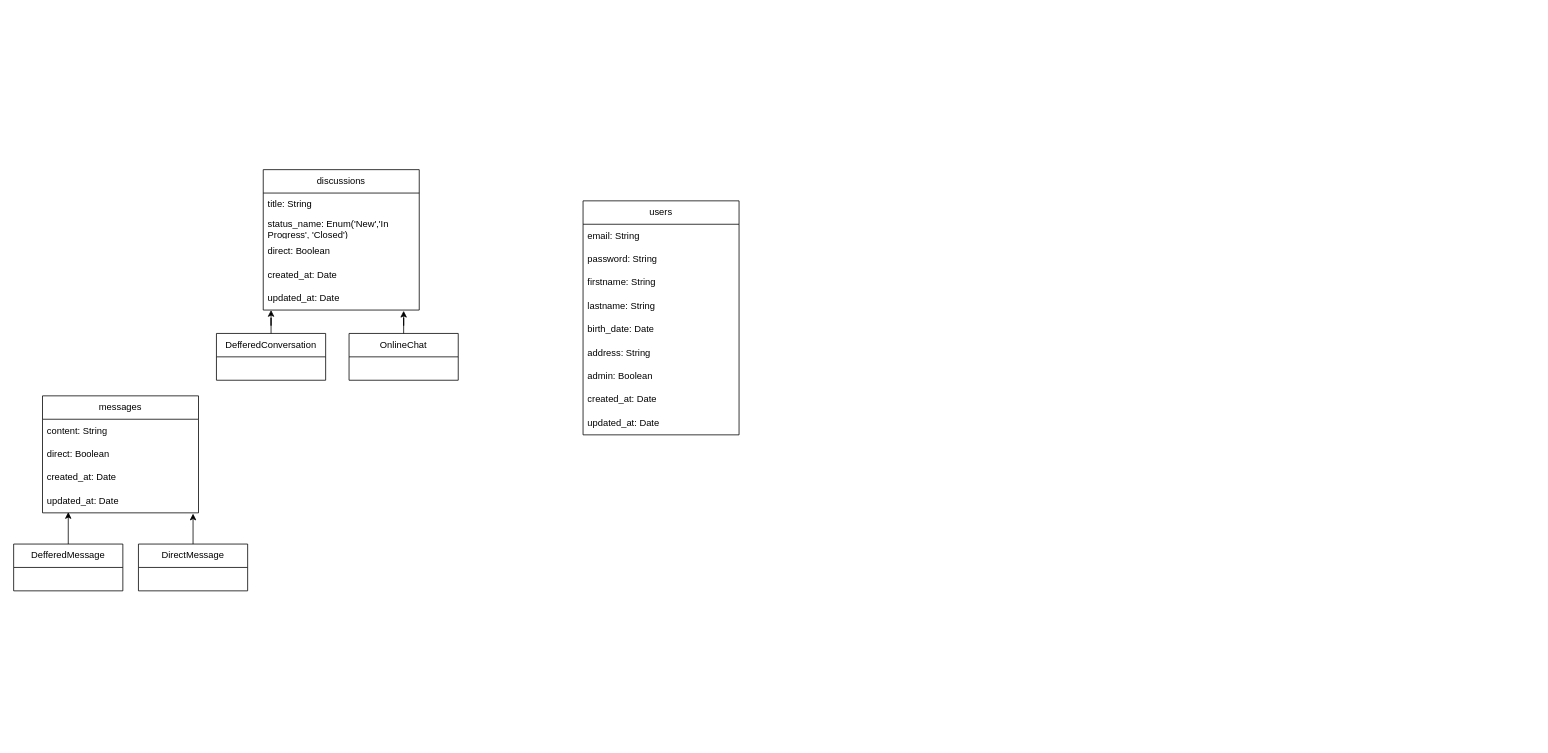
TBERT31/P13-YourCarYourWay_MessageApp_JavaAngular keeps this draw.io diagram as MCD_Monolith_Global.drawio. Above is the earlier version. Source tidied: cells renumbered, new cells numbered last; positions are measured from the earlier drawing's top-left corner, leaving out a move shared by most shapes. Both pictures are drawn from the tidied source at 78%, with x=0, y=0 at pixel (13, 169).
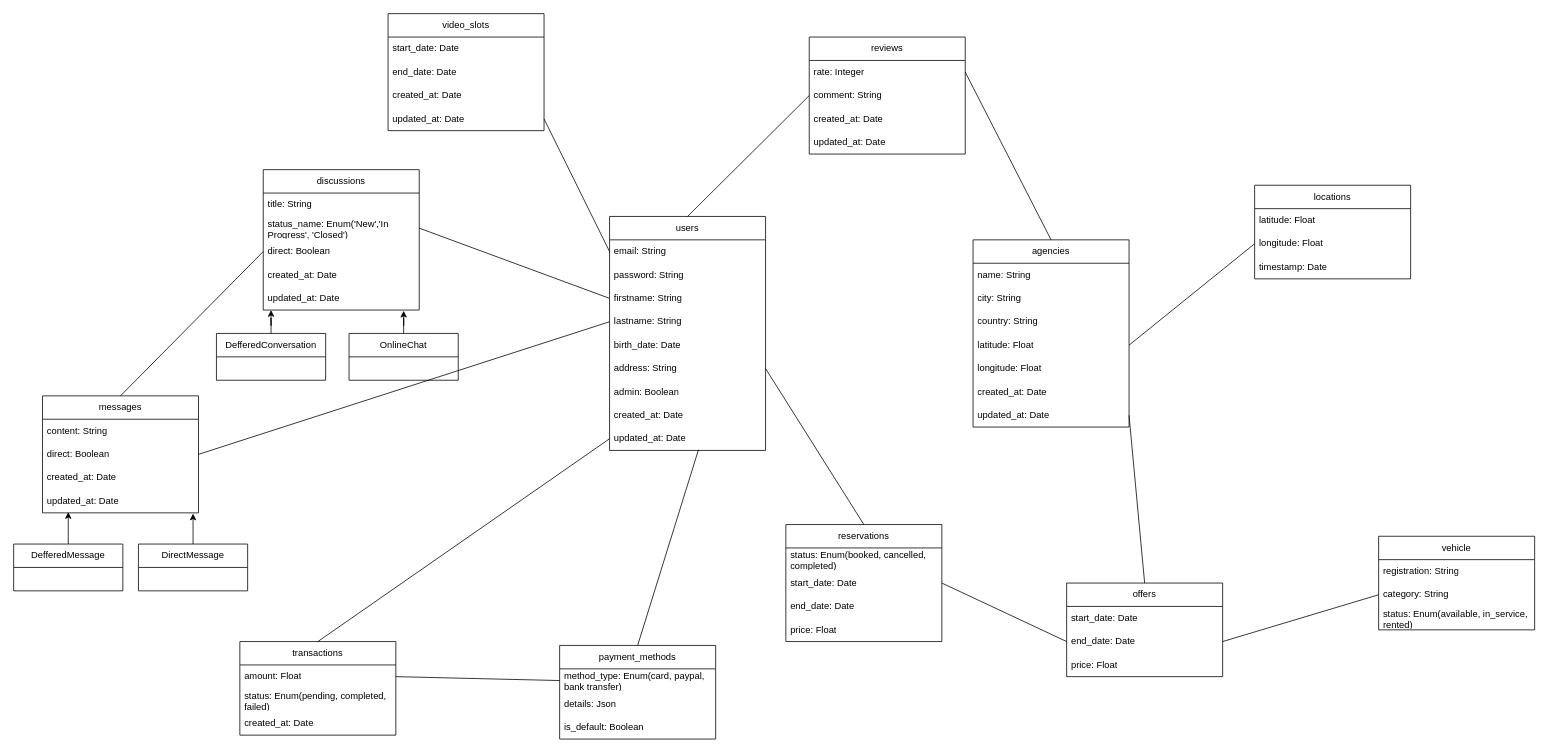
The same page after the edit.

Commit message (it also covers changes not shown here):
Mettre à jour MCD_Monolith_Global.drawio

The change refers to these unchanged cells:
```xml
<mxCell id="3" value="email: String" style="text;strokeColor=none;fillColor=none;align=left;verticalAlign=middle;spacingLeft=4;spacingRight=4;overflow=hidden;points=[[0,0.5],[1,0.5]];portConstraint=eastwest;whiteSpace=wrap;html=1;" parent="2" vertex="1">
  <mxGeometry y="30" width="200" height="30" as="geometry" />
</mxCell>
<mxCell id="5" value="firstname: String" style="text;strokeColor=none;fillColor=none;align=left;verticalAlign=middle;spacingLeft=4;spacingRight=4;overflow=hidden;points=[[0,0.5],[1,0.5]];portConstraint=eastwest;whiteSpace=wrap;html=1;" parent="2" vertex="1">
  <mxGeometry y="90" width="200" height="30" as="geometry" />
</mxCell>
<mxCell id="6" value="lastname: String" style="text;strokeColor=none;fillColor=none;align=left;verticalAlign=middle;spacingLeft=4;spacingRight=4;overflow=hidden;points=[[0,0.5],[1,0.5]];portConstraint=eastwest;whiteSpace=wrap;html=1;" parent="2" vertex="1">
  <mxGeometry y="120" width="200" height="30" as="geometry" />
</mxCell>
<mxCell id="8" value="address: String" style="text;strokeColor=none;fillColor=none;align=left;verticalAlign=middle;spacingLeft=4;spacingRight=4;overflow=hidden;points=[[0,0.5],[1,0.5]];portConstraint=eastwest;whiteSpace=wrap;html=1;" parent="2" vertex="1">
  <mxGeometry y="180" width="200" height="30" as="geometry" />
</mxCell>
<mxCell id="11" value="updated_at: Date" style="text;strokeColor=none;fillColor=none;align=left;verticalAlign=middle;spacingLeft=4;spacingRight=4;overflow=hidden;points=[[0,0.5],[1,0.5]];portConstraint=eastwest;whiteSpace=wrap;html=1;" parent="2" vertex="1">
  <mxGeometry y="270" width="200" height="30" as="geometry" />
</mxCell>
<mxCell id="14" value="status_name: Enum('New','In Progress', 'Closed')" style="text;strokeColor=none;fillColor=none;align=left;verticalAlign=middle;spacingLeft=4;spacingRight=4;overflow=hidden;points=[[0,0.5],[1,0.5]];portConstraint=eastwest;whiteSpace=wrap;html=1;" parent="12" vertex="1">
  <mxGeometry y="60" width="200" height="30" as="geometry" />
</mxCell>
<mxCell id="15" value="direct: Boolean" style="text;strokeColor=none;fillColor=none;align=left;verticalAlign=middle;spacingLeft=4;spacingRight=4;overflow=hidden;points=[[0,0.5],[1,0.5]];portConstraint=eastwest;whiteSpace=wrap;html=1;" parent="12" vertex="1">
  <mxGeometry y="90" width="200" height="30" as="geometry" />
</mxCell>
<mxCell id="18" value="messages" style="swimlane;fontStyle=0;horizontal=1;startSize=30;whiteSpace=wrap;html=1;direction=east;" parent="1" vertex="1">
  <mxGeometry x="37" y="290" width="200" height="150" as="geometry" />
</mxCell>
<mxCell id="20" value="direct: Boolean" style="text;strokeColor=none;fillColor=none;align=left;verticalAlign=middle;spacingLeft=4;spacingRight=4;overflow=hidden;points=[[0,0.5],[1,0.5]];portConstraint=eastwest;whiteSpace=wrap;html=1;" parent="18" vertex="1">
  <mxGeometry y="60" width="200" height="30" as="geometry" />
</mxCell>
```

The edit, as a diff of the source:
```diff
@@
     <mxCell id="2" value="users" style="swimlane;fontStyle=0;horizontal=1;startSize=30;whiteSpace=wrap;html=1;direction=east;" parent="1" vertex="1">
-      <mxGeometry x="730" y="40" width="200" height="300" as="geometry" />
+      <mxGeometry x="764" y="60" width="200" height="300" as="geometry" />
     </mxCell>
@@
+    <mxCell id="31" value="video_slots" style="swimlane;fontStyle=0;horizontal=1;startSize=30;whiteSpace=wrap;html=1;direction=east;" parent="1" vertex="1">
+      <mxGeometry x="480" y="-200" width="200" height="150" as="geometry" />
+    </mxCell>
+    <mxCell id="32" value="start_date: Date" style="text;strokeColor=none;fillColor=none;align=left;verticalAlign=middle;spacingLeft=4;spacingRight=4;overflow=hidden;whiteSpace=wrap;html=1;" parent="31" vertex="1">
+      <mxGeometry y="30" width="200" height="30" as="geometry" />
+    </mxCell>
+    <mxCell id="33" value="end_date: Date" style="text;strokeColor=none;fillColor=none;align=left;verticalAlign=middle;spacingLeft=4;spacingRight=4;overflow=hidden;whiteSpace=wrap;html=1;" parent="31" vertex="1">
+      <mxGeometry y="60" width="200" height="30" as="geometry" />
+    </mxCell>
+    <mxCell id="34" value="created_at: Date" style="text;strokeColor=none;fillColor=none;align=left;verticalAlign=middle;spacingLeft=4;spacingRight=4;overflow=hidden;whiteSpace=wrap;html=1;" parent="31" vertex="1">
+      <mxGeometry y="90" width="200" height="30" as="geometry" />
+    </mxCell>
+    <mxCell id="35" value="updated_at: Date" style="text;strokeColor=none;fillColor=none;align=left;verticalAlign=middle;spacingLeft=4;spacingRight=4;overflow=hidden;points=[[0,0.5],[1,0.5]];portConstraint=eastwest;whiteSpace=wrap;html=1;" parent="31" vertex="1">
+      <mxGeometry y="120" width="200" height="30" as="geometry" />
+    </mxCell>
+    <mxCell id="36" style="endArrow=none;html=1;rounded=0;entryX=0;entryY=0.5;entryDx=0;entryDy=0;exitX=1;exitY=0.5;exitDx=0;exitDy=0;" parent="1" edge="1" source="20" target="6">
+      <mxGeometry relative="1" as="geometry" />
+    </mxCell>
+    <mxCell id="37" style="endArrow=none;html=1;rounded=0;entryX=0;entryY=0.5;entryDx=0;entryDy=0;exitX=0.5;exitY=0;exitDx=0;exitDy=0;" parent="1" edge="1" source="18" target="15">
+      <mxGeometry relative="1" as="geometry" />
+    </mxCell>
+    <mxCell id="38" style="endArrow=none;html=1;rounded=0;entryX=0;entryY=0.5;entryDx=0;entryDy=0;exitX=1;exitY=0.5;exitDx=0;exitDy=0;" parent="1" edge="1" source="35" target="3">
+      <mxGeometry relative="1" as="geometry" />
+    </mxCell>
+    <mxCell id="39" value="reviews" style="swimlane;fontStyle=0;horizontal=1;startSize=30;whiteSpace=wrap;html=1;direction=east;" parent="1" vertex="1">
+      <mxGeometry x="1020" y="-170" width="200" height="150" as="geometry" />
+    </mxCell>
+    <mxCell id="40" value="rate: Integer" style="text;strokeColor=none;fillColor=none;align=left;verticalAlign=middle;spacingLeft=4;spacingRight=4;overflow=hidden;points=[[0,0.5],[1,0.5]];portConstraint=eastwest;whiteSpace=wrap;html=1;" parent="39" vertex="1">
+      <mxGeometry y="30" width="200" height="30" as="geometry" />
+    </mxCell>
+    <mxCell id="41" value="comment: String" style="text;strokeColor=none;fillColor=none;align=left;verticalAlign=middle;spacingLeft=4;spacingRight=4;overflow=hidden;points=[[0,0.5],[1,0.5]];portConstraint=eastwest;whiteSpace=wrap;html=1;" parent="39" vertex="1">
+      <mxGeometry y="60" width="200" height="30" as="geometry" />
+    </mxCell>
+    <mxCell id="42" value="created_at: Date" style="text;strokeColor=none;fillColor=none;align=left;verticalAlign=middle;spacingLeft=4;spacingRight=4;overflow=hidden;whiteSpace=wrap;html=1;" parent="39" vertex="1">
+      <mxGeometry y="90" width="200" height="30" as="geometry" />
+    </mxCell>
+    <mxCell id="43" value="updated_at: Date" style="text;strokeColor=none;fillColor=none;align=left;verticalAlign=middle;spacingLeft=4;spacingRight=4;overflow=hidden;whiteSpace=wrap;html=1;" parent="39" vertex="1">
+      <mxGeometry y="120" width="200" height="30" as="geometry" />
+    </mxCell>
+    <mxCell id="44" style="endArrow=none;html=1;rounded=0;entryX=0.5;entryY=0;entryDx=0;entryDy=0;exitX=0;exitY=0.5;exitDx=0;exitDy=0;" parent="1" edge="1" source="41" target="2">
+      <mxGeometry relative="1" as="geometry" />
+    </mxCell>
+    <mxCell id="45" value="agencies" style="swimlane;fontStyle=0;horizontal=1;startSize=30;whiteSpace=wrap;html=1;direction=east;" parent="1" vertex="1">
+      <mxGeometry x="1230" y="90" width="200" height="240" as="geometry" />
+    </mxCell>
+    <mxCell id="46" value="name: String" style="text;strokeColor=none;fillColor=none;align=left;verticalAlign=middle;spacingLeft=4;spacingRight=4;overflow=hidden;whiteSpace=wrap;html=1;" parent="45" vertex="1">
+      <mxGeometry y="30" width="200" height="30" as="geometry" />
+    </mxCell>
+    <mxCell id="47" value="city: String" style="text;strokeColor=none;fillColor=none;align=left;verticalAlign=middle;spacingLeft=4;spacingRight=4;overflow=hidden;whiteSpace=wrap;html=1;" parent="45" vertex="1">
+      <mxGeometry y="60" width="200" height="30" as="geometry" />
+    </mxCell>
+    <mxCell id="48" value="country: String" style="text;strokeColor=none;fillColor=none;align=left;verticalAlign=middle;spacingLeft=4;spacingRight=4;overflow=hidden;whiteSpace=wrap;html=1;" parent="45" vertex="1">
+      <mxGeometry y="90" width="200" height="30" as="geometry" />
+    </mxCell>
+    <mxCell id="49" value="latitude: Float" style="text;strokeColor=none;fillColor=none;align=left;verticalAlign=middle;spacingLeft=4;spacingRight=4;overflow=hidden;points=[[0,0.5],[1,0.5]];portConstraint=eastwest;whiteSpace=wrap;html=1;" parent="45" vertex="1">
+      <mxGeometry y="120" width="200" height="30" as="geometry" />
+    </mxCell>
+    <mxCell id="50" value="longitude: Float" style="text;strokeColor=none;fillColor=none;align=left;verticalAlign=middle;spacingLeft=4;spacingRight=4;overflow=hidden;whiteSpace=wrap;html=1;" parent="45" vertex="1">
+      <mxGeometry y="150" width="200" height="30" as="geometry" />
+    </mxCell>
+    <mxCell id="51" value="created_at: Date" style="text;strokeColor=none;fillColor=none;align=left;verticalAlign=middle;spacingLeft=4;spacingRight=4;overflow=hidden;whiteSpace=wrap;html=1;" parent="45" vertex="1">
+      <mxGeometry y="180" width="200" height="30" as="geometry" />
+    </mxCell>
+    <mxCell id="52" value="updated_at: Date" style="text;strokeColor=none;fillColor=none;align=left;verticalAlign=middle;spacingLeft=4;spacingRight=4;overflow=hidden;points=[[0,0.5],[1,0.5]];portConstraint=eastwest;whiteSpace=wrap;html=1;" parent="45" vertex="1">
+      <mxGeometry y="210" width="200" height="30" as="geometry" />
+    </mxCell>
+    <mxCell id="53" style="endArrow=none;html=1;rounded=0;entryX=1;entryY=0.5;entryDx=0;entryDy=0;exitX=0.5;exitY=0;exitDx=0;exitDy=0;" parent="1" edge="1" source="45" target="40">
+      <mxGeometry relative="1" as="geometry" />
+    </mxCell>
+    <mxCell id="54" value="locations" style="swimlane;fontStyle=0;horizontal=1;startSize=30;whiteSpace=wrap;html=1;direction=east;" parent="1" vertex="1">
+      <mxGeometry x="1591" y="20" width="200" height="120" as="geometry" />
+    </mxCell>
+    <mxCell id="55" value="latitude: Float" style="text;strokeColor=none;fillColor=none;align=left;verticalAlign=middle;spacingLeft=4;spacingRight=4;overflow=hidden;whiteSpace=wrap;html=1;" parent="54" vertex="1">
+      <mxGeometry y="30" width="200" height="30" as="geometry" />
+    </mxCell>
+    <mxCell id="56" value="longitude: Float" style="text;strokeColor=none;fillColor=none;align=left;verticalAlign=middle;spacingLeft=4;spacingRight=4;overflow=hidden;points=[[0,0.5],[1,0.5]];portConstraint=eastwest;whiteSpace=wrap;html=1;" parent="54" vertex="1">
+      <mxGeometry y="60" width="200" height="30" as="geometry" />
+    </mxCell>
+    <mxCell id="57" value="timestamp: Date" style="text;strokeColor=none;fillColor=none;align=left;verticalAlign=middle;spacingLeft=4;spacingRight=4;overflow=hidden;whiteSpace=wrap;html=1;" parent="54" vertex="1">
+      <mxGeometry y="90" width="200" height="30" as="geometry" />
+    </mxCell>
+    <mxCell id="58" value="vehicle" style="swimlane;fontStyle=0;horizontal=1;startSize=30;whiteSpace=wrap;html=1;direction=east;" parent="1" vertex="1">
+      <mxGeometry x="1750" y="470" width="200" height="120" as="geometry" />
+    </mxCell>
+    <mxCell id="59" value="registration: String" style="text;strokeColor=none;fillColor=none;align=left;verticalAlign=middle;spacingLeft=4;spacingRight=4;overflow=hidden;whiteSpace=wrap;html=1;" parent="58" vertex="1">
+      <mxGeometry y="30" width="200" height="30" as="geometry" />
+    </mxCell>
+    <mxCell id="60" value="category: String" style="text;strokeColor=none;fillColor=none;align=left;verticalAlign=middle;spacingLeft=4;spacingRight=4;overflow=hidden;points=[[0,0.5],[1,0.5]];portConstraint=eastwest;whiteSpace=wrap;html=1;" parent="58" vertex="1">
+      <mxGeometry y="60" width="200" height="30" as="geometry" />
+    </mxCell>
+    <mxCell id="61" value="status: Enum(available, in_service, rented)" style="text;strokeColor=none;fillColor=none;align=left;verticalAlign=middle;spacingLeft=4;spacingRight=4;overflow=hidden;whiteSpace=wrap;html=1;" parent="58" vertex="1">
+      <mxGeometry y="90" width="200" height="30" as="geometry" />
+    </mxCell>
+    <mxCell id="62" value="reservations" style="swimlane;fontStyle=0;horizontal=1;startSize=30;whiteSpace=wrap;html=1;direction=east;" parent="1" vertex="1">
+      <mxGeometry x="990" y="455" width="200" height="150" as="geometry" />
+    </mxCell>
+    <mxCell id="63" value="status: Enum(booked, cancelled, completed)" style="text;strokeColor=none;fillColor=none;align=left;verticalAlign=middle;spacingLeft=4;spacingRight=4;overflow=hidden;whiteSpace=wrap;html=1;" parent="62" vertex="1">
+      <mxGeometry y="30" width="200" height="30" as="geometry" />
+    </mxCell>
+    <mxCell id="64" value="start_date: Date" style="text;strokeColor=none;fillColor=none;align=left;verticalAlign=middle;spacingLeft=4;spacingRight=4;overflow=hidden;points=[[0,0.5],[1,0.5]];portConstraint=eastwest;whiteSpace=wrap;html=1;" parent="62" vertex="1">
+      <mxGeometry y="60" width="200" height="30" as="geometry" />
+    </mxCell>
+    <mxCell id="65" value="end_date: Date" style="text;strokeColor=none;fillColor=none;align=left;verticalAlign=middle;spacingLeft=4;spacingRight=4;overflow=hidden;whiteSpace=wrap;html=1;" parent="62" vertex="1">
+      <mxGeometry y="90" width="200" height="30" as="geometry" />
+    </mxCell>
+    <mxCell id="66" value="price: Float" style="text;strokeColor=none;fillColor=none;align=left;verticalAlign=middle;spacingLeft=4;spacingRight=4;overflow=hidden;whiteSpace=wrap;html=1;" parent="62" vertex="1">
+      <mxGeometry y="120" width="200" height="30" as="geometry" />
+    </mxCell>
+    <mxCell id="67" value="offers" style="swimlane;fontStyle=0;horizontal=1;startSize=30;whiteSpace=wrap;html=1;direction=east;" parent="1" vertex="1">
+      <mxGeometry x="1350" y="530" width="200" height="120" as="geometry" />
+    </mxCell>
+    <mxCell id="68" value="start_date: Date" style="text;strokeColor=none;fillColor=none;align=left;verticalAlign=middle;spacingLeft=4;spacingRight=4;overflow=hidden;whiteSpace=wrap;html=1;" parent="67" vertex="1">
+      <mxGeometry y="30" width="200" height="30" as="geometry" />
+    </mxCell>
+    <mxCell id="69" value="end_date: Date" style="text;strokeColor=none;fillColor=none;align=left;verticalAlign=middle;spacingLeft=4;spacingRight=4;overflow=hidden;points=[[0,0.5],[1,0.5]];portConstraint=eastwest;whiteSpace=wrap;html=1;" parent="67" vertex="1">
+      <mxGeometry y="60" width="200" height="30" as="geometry" />
+    </mxCell>
+    <mxCell id="70" value="price: Float" style="text;strokeColor=none;fillColor=none;align=left;verticalAlign=middle;spacingLeft=4;spacingRight=4;overflow=hidden;whiteSpace=wrap;html=1;" parent="67" vertex="1">
+      <mxGeometry y="90" width="200" height="30" as="geometry" />
+    </mxCell>
+    <mxCell id="71" style="endArrow=none;html=1;rounded=0;entryX=1;entryY=0.5;entryDx=0;entryDy=0;exitX=0.5;exitY=0;exitDx=0;exitDy=0;" parent="1" edge="1" source="62" target="8">
+      <mxGeometry relative="1" as="geometry" />
+    </mxCell>
+    <mxCell id="72" style="endArrow=none;html=1;rounded=0;entryX=1;entryY=0.5;entryDx=0;entryDy=0;exitX=0;exitY=0.5;exitDx=0;exitDy=0;" parent="1" edge="1" source="69" target="64">
+      <mxGeometry relative="1" as="geometry" />
+    </mxCell>
+    <mxCell id="73" style="endArrow=none;html=1;rounded=0;entryX=1;entryY=0.5;entryDx=0;entryDy=0;exitX=0;exitY=0.5;exitDx=0;exitDy=0;" parent="1" edge="1" source="60" target="69">
+      <mxGeometry relative="1" as="geometry" />
+    </mxCell>
+    <mxCell id="74" style="endArrow=none;html=1;rounded=0;entryX=0.5;entryY=0;entryDx=0;entryDy=0;exitX=1;exitY=0.5;exitDx=0;exitDy=0;" parent="1" edge="1" source="52" target="67">
+      <mxGeometry relative="1" as="geometry" />
+    </mxCell>
+    <mxCell id="75" style="endArrow=none;html=1;rounded=0;entryX=0;entryY=0.5;entryDx=0;entryDy=0;exitX=1;exitY=0.5;exitDx=0;exitDy=0;" parent="1" edge="1" source="49" target="56">
+      <mxGeometry relative="1" as="geometry" />
+    </mxCell>
+    <mxCell id="76" value="transactions" style="swimlane;fontStyle=0;horizontal=1;startSize=30;whiteSpace=wrap;html=1;direction=east;" parent="1" vertex="1">
+      <mxGeometry x="290" y="605" width="200" height="120" as="geometry" />
+    </mxCell>
+    <mxCell id="77" value="amount: Float" style="text;strokeColor=none;fillColor=none;align=left;verticalAlign=middle;spacingLeft=4;spacingRight=4;overflow=hidden;points=[[0,0.5],[1,0.5]];portConstraint=eastwest;whiteSpace=wrap;html=1;" parent="76" vertex="1">
+      <mxGeometry y="30" width="200" height="30" as="geometry" />
+    </mxCell>
+    <mxCell id="78" value="status: Enum(pending, completed, failed)" style="text;strokeColor=none;fillColor=none;align=left;verticalAlign=middle;spacingLeft=4;spacingRight=4;overflow=hidden;whiteSpace=wrap;html=1;" parent="76" vertex="1">
+      <mxGeometry y="60" width="200" height="30" as="geometry" />
+    </mxCell>
+    <mxCell id="79" value="created_at: Date" style="text;strokeColor=none;fillColor=none;align=left;verticalAlign=middle;spacingLeft=4;spacingRight=4;overflow=hidden;whiteSpace=wrap;html=1;" parent="76" vertex="1">
+      <mxGeometry y="90" width="200" height="30" as="geometry" />
+    </mxCell>
+    <mxCell id="80" value="payment_methods" style="swimlane;fontStyle=0;horizontal=1;startSize=30;whiteSpace=wrap;html=1;direction=east;" parent="1" vertex="1">
+      <mxGeometry x="700" y="610" width="200" height="120" as="geometry" />
+    </mxCell>
+    <mxCell id="81" value="method_type: Enum(card, paypal, bank transfer)" style="text;strokeColor=none;fillColor=none;align=left;verticalAlign=middle;spacingLeft=4;spacingRight=4;overflow=hidden;whiteSpace=wrap;html=1;" parent="80" vertex="1">
+      <mxGeometry y="30" width="200" height="30" as="geometry" />
+    </mxCell>
+    <mxCell id="82" value="details: Json" style="text;strokeColor=none;fillColor=none;align=left;verticalAlign=middle;spacingLeft=4;spacingRight=4;overflow=hidden;whiteSpace=wrap;html=1;" parent="80" vertex="1">
+      <mxGeometry y="60" width="200" height="30" as="geometry" />
+    </mxCell>
+    <mxCell id="83" value="is_default: Boolean" style="text;strokeColor=none;fillColor=none;align=left;verticalAlign=middle;spacingLeft=4;spacingRight=4;overflow=hidden;whiteSpace=wrap;html=1;" parent="80" vertex="1">
+      <mxGeometry y="90" width="200" height="30" as="geometry" />
+    </mxCell>
+    <mxCell id="84" style="endArrow=none;html=1;rounded=0;entryX=0;entryY=0.5;entryDx=0;entryDy=0;exitX=0.5;exitY=0;exitDx=0;exitDy=0;" parent="1" edge="1" source="76" target="11">
+      <mxGeometry relative="1" as="geometry" />
+    </mxCell>
+    <mxCell id="85" style="endArrow=none;html=1;rounded=0;entryX=0.57;entryY=0.967;entryDx=0;entryDy=0;exitX=0.5;exitY=0;exitDx=0;exitDy=0;entryPerimeter=0;" parent="1" edge="1" source="80" target="11">
+      <mxGeometry relative="1" as="geometry" />
+    </mxCell>
+    <mxCell id="86" style="endArrow=none;html=1;rounded=0;exitX=1;exitY=0.5;exitDx=0;exitDy=0;" parent="1" edge="1" source="77">
+      <mxGeometry relative="1" as="geometry">
+        <mxPoint x="700" y="655" as="targetPoint" />
+      </mxGeometry>
+    </mxCell>
+    <mxCell id="87" style="endArrow=none;html=1;rounded=0;entryX=0;entryY=0.5;entryDx=0;entryDy=0;exitX=1;exitY=0.5;exitDx=0;exitDy=0;" parent="1" edge="1" source="14" target="5">
+      <mxGeometry relative="1" as="geometry" />
+    </mxCell>
```
